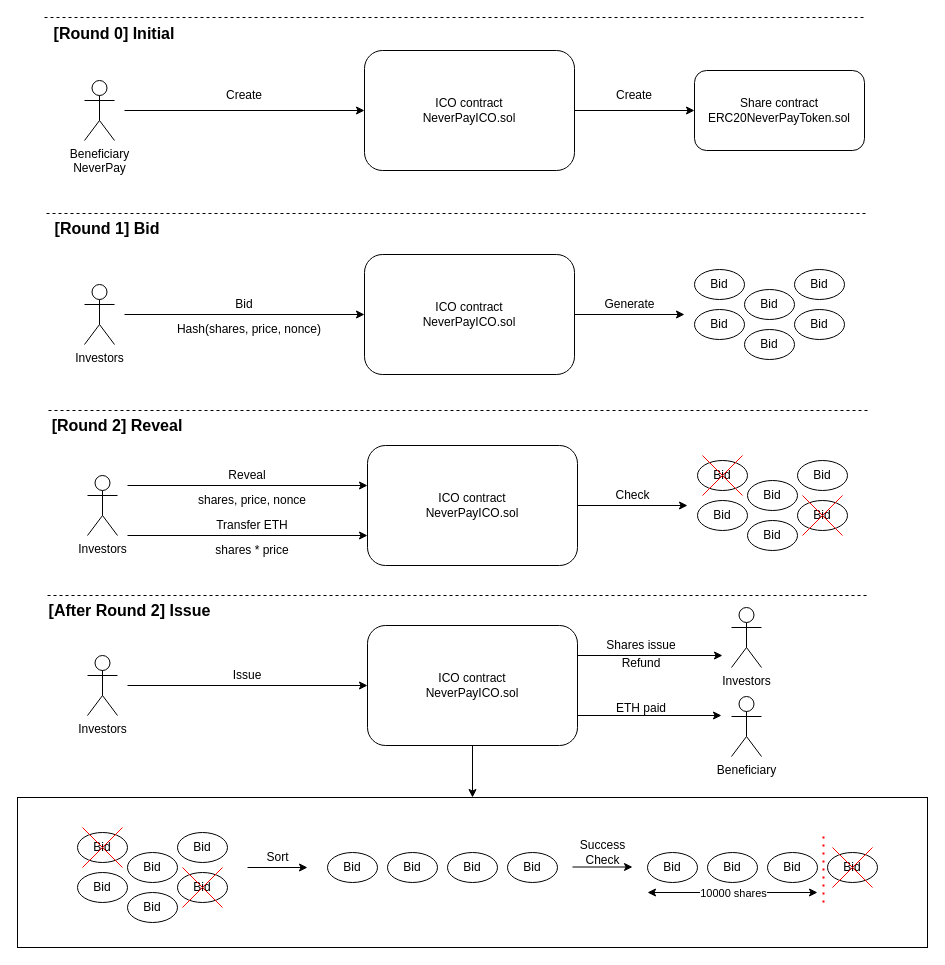
This is Structure.drawio from Alanspants/SmartContract_ICO, a draw.io file, before an edit. Source tidied: cells renumbered, new cells numbered last; positions are measured from the earlier drawing's top-left corner, leaving out a move shared by most shapes. Both pictures are drawn from the tidied source at 100%, with x=0, y=0 at pixel (17, 17).
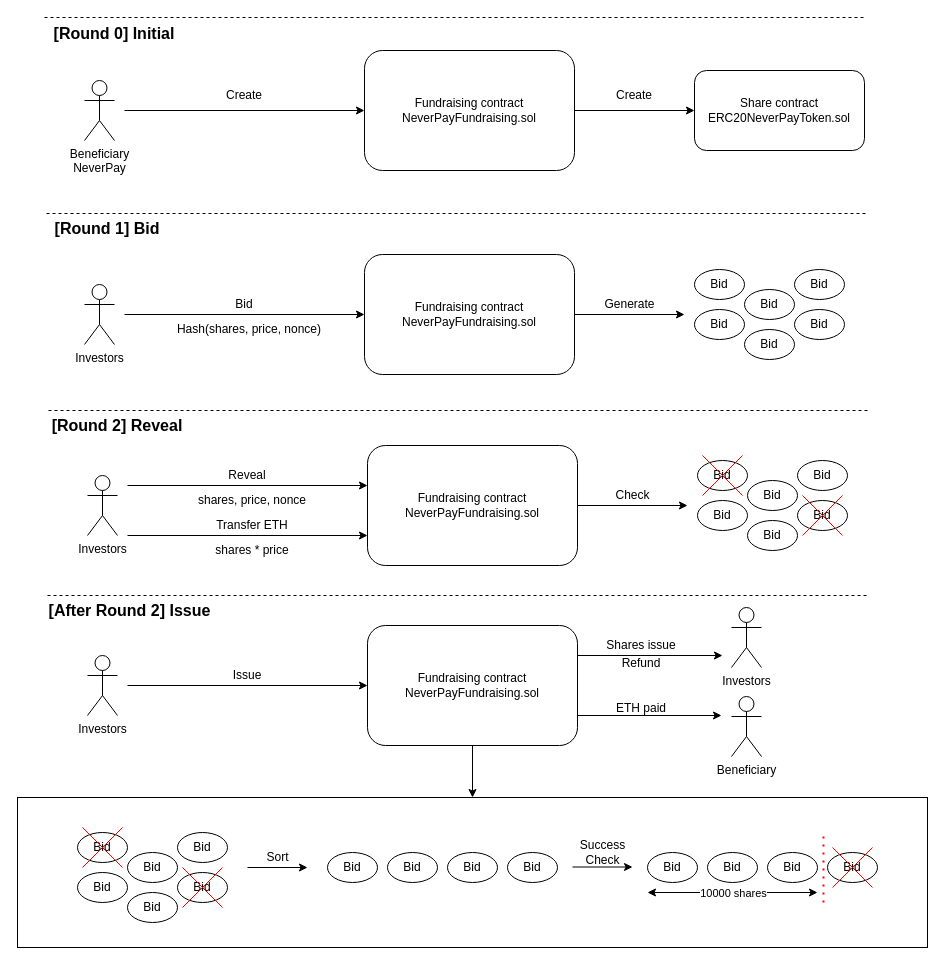
After the change.

Commit message (it also covers changes not shown here):
Rename ICO => fundraising

Diff of the diagram source:
```diff
@@
-    <mxCell id="3" value="ICO contract&lt;br&gt;NeverPayICO.sol" style="rounded=1;whiteSpace=wrap;html=1;" parent="1" vertex="1">
+    <mxCell id="3" value="Fundraising contract&lt;br&gt;NeverPayFundraising.sol" style="rounded=1;whiteSpace=wrap;html=1;" parent="1" vertex="1">
       <mxGeometry x="347" y="33" width="210" height="120" as="geometry" />
     </mxCell>
@@
-    <mxCell id="11" value="ICO contract&lt;br&gt;NeverPayICO.sol" style="rounded=1;whiteSpace=wrap;html=1;" parent="1" vertex="1">
+    <mxCell id="11" value="Fundraising contract&lt;br&gt;NeverPayFundraising.sol" style="rounded=1;whiteSpace=wrap;html=1;" parent="1" vertex="1">
       <mxGeometry x="347" y="237" width="210" height="120" as="geometry" />
     </mxCell>
@@
-    <mxCell id="24" value="ICO contract&lt;br&gt;NeverPayICO.sol" style="rounded=1;whiteSpace=wrap;html=1;" parent="1" vertex="1">
+    <mxCell id="24" value="Fundraising contract&lt;br&gt;NeverPayFundraising.sol" style="rounded=1;whiteSpace=wrap;html=1;" parent="1" vertex="1">
       <mxGeometry x="350" y="428" width="210" height="120" as="geometry" />
     </mxCell>
@@
-    <mxCell id="46" value="ICO contract&lt;br&gt;NeverPayICO.sol" style="rounded=1;whiteSpace=wrap;html=1;" parent="1" vertex="1">
+    <mxCell id="46" value="Fundraising contract&lt;br&gt;NeverPayFundraising.sol" style="rounded=1;whiteSpace=wrap;html=1;" parent="1" vertex="1">
       <mxGeometry x="350" y="608" width="210" height="120" as="geometry" />
     </mxCell>
```
